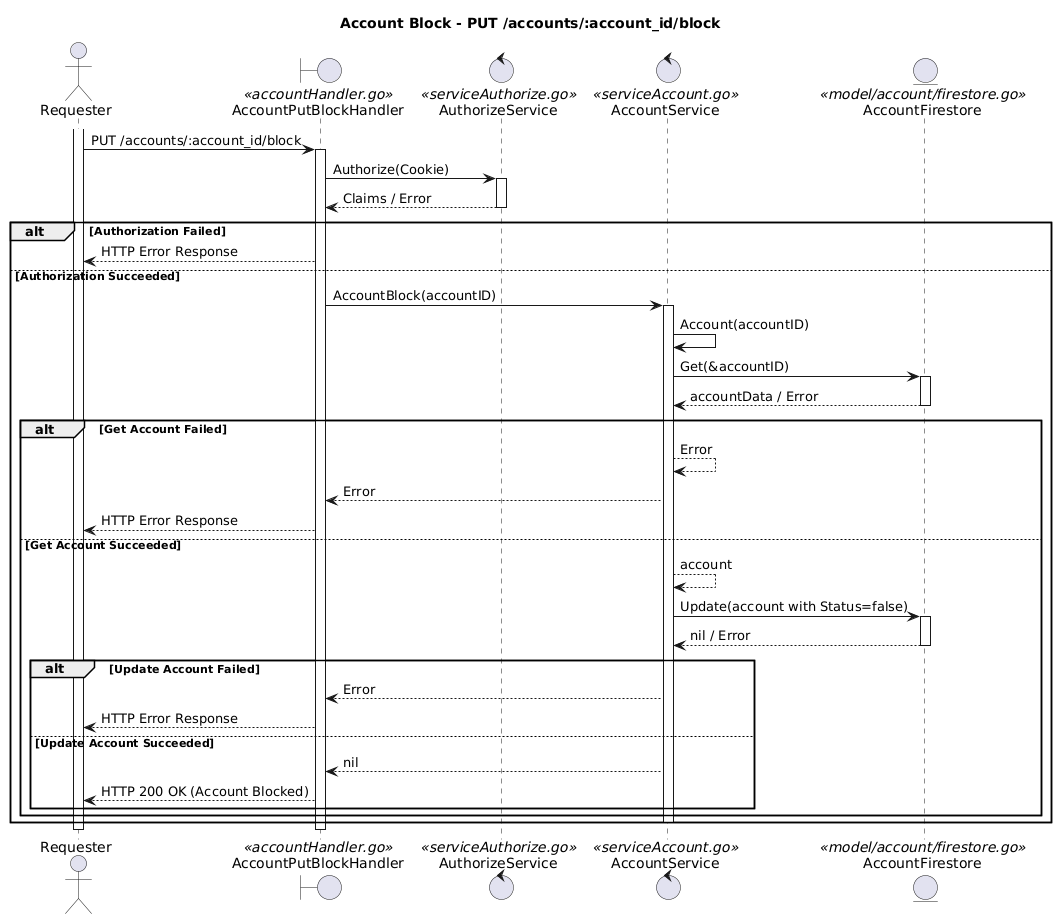
JulioKobayashiEbury/BankingAPI keeps this PlantUML diagram as docs/Un(Block)/SequenciaAccountBlock.png. Above is the earlier version.
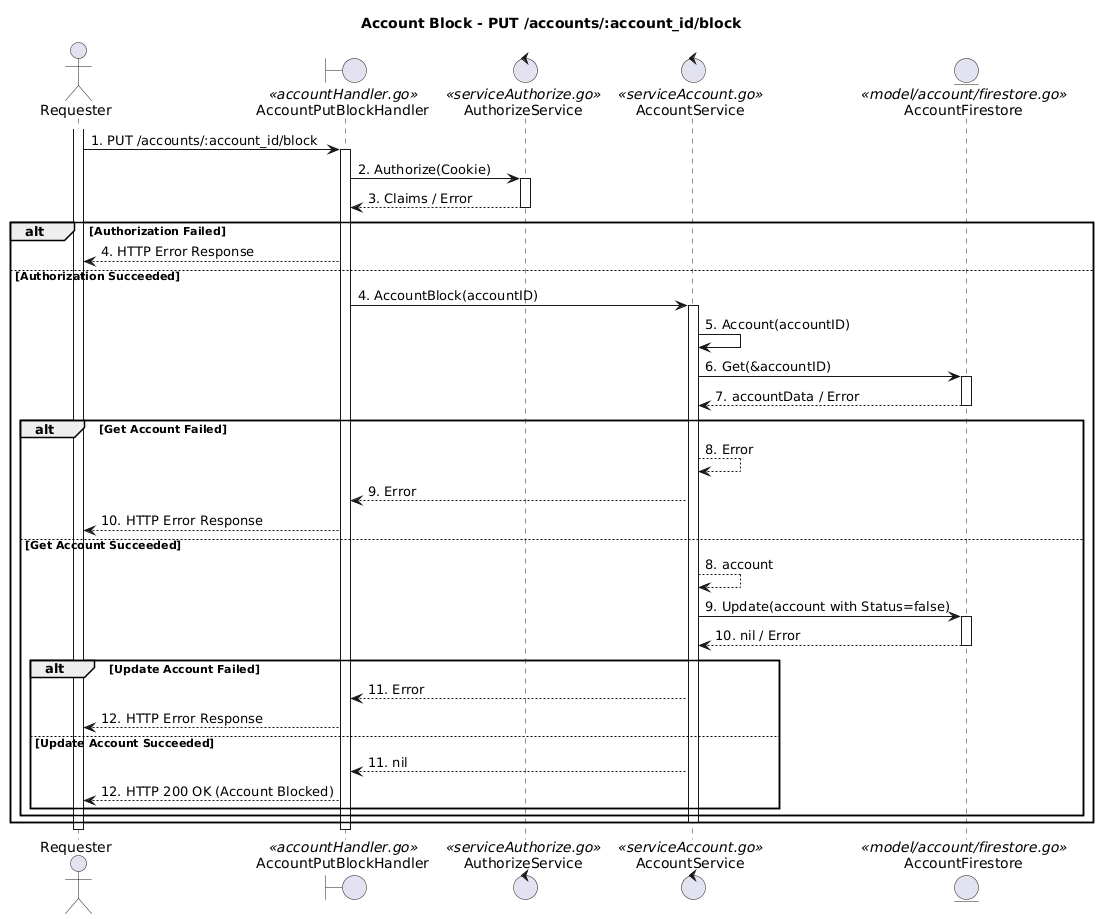
Later version of the same file.

The edit, as a diff of the source:
```diff
@@ -8,38 +8,38 @@
 entity AccountFirestore <<model/account/firestore.go>>
 
 activate Requester
-Requester -> AccountPutBlockHandler : PUT /accounts/:account_id/block
+Requester -> AccountPutBlockHandler : 1. PUT /accounts/:account_id/block
 activate AccountPutBlockHandler
-AccountPutBlockHandler -> AuthorizeService : Authorize(Cookie)
+AccountPutBlockHandler -> AuthorizeService : 2. Authorize(Cookie)
 activate AuthorizeService
-AuthorizeService --> AccountPutBlockHandler : Claims / Error
+AuthorizeService --> AccountPutBlockHandler : 3. Claims / Error
 deactivate AuthorizeService
 alt Authorization Failed
-    AccountPutBlockHandler --> Requester : HTTP Error Response
+    AccountPutBlockHandler --> Requester : 4. HTTP Error Response
 else Authorization Succeeded
-    AccountPutBlockHandler -> AccountService : AccountBlock(accountID)
+    AccountPutBlockHandler -> AccountService : 4. AccountBlock(accountID)
     activate AccountService
-    AccountService -> AccountService : Account(accountID)
-    AccountService -> AccountFirestore : Get(&accountID)
+    AccountService -> AccountService : 5. Account(accountID)
+    AccountService -> AccountFirestore : 6. Get(&accountID)
     activate AccountFirestore
-    AccountFirestore --> AccountService : accountData / Error
+    AccountFirestore --> AccountService : 7. accountData / Error
     deactivate AccountFirestore
     alt Get Account Failed
-        AccountService --> AccountService : Error
-        AccountService --> AccountPutBlockHandler : Error
-        AccountPutBlockHandler --> Requester : HTTP Error Response
+        AccountService --> AccountService : 8. Error
+        AccountService --> AccountPutBlockHandler : 9. Error
+        AccountPutBlockHandler --> Requester : 10. HTTP Error Response
     else Get Account Succeeded
-        AccountService --> AccountService : account
-        AccountService -> AccountFirestore : Update(account with Status=false)
+        AccountService --> AccountService : 8. account
+        AccountService -> AccountFirestore : 9. Update(account with Status=false)
         activate AccountFirestore
-        AccountFirestore --> AccountService : nil / Error
+        AccountFirestore --> AccountService : 10. nil / Error
         deactivate AccountFirestore
         alt Update Account Failed
-            AccountService --> AccountPutBlockHandler : Error
-            AccountPutBlockHandler --> Requester : HTTP Error Response
+            AccountService --> AccountPutBlockHandler : 11. Error
+            AccountPutBlockHandler --> Requester : 12. HTTP Error Response
         else Update Account Succeeded
-            AccountService --> AccountPutBlockHandler : nil
-            AccountPutBlockHandler --> Requester : HTTP 200 OK (Account Blocked)
+            AccountService --> AccountPutBlockHandler : 11. nil
+            AccountPutBlockHandler --> Requester : 12. HTTP 200 OK (Account Blocked)
         end
     end
     deactivate AccountService
```
